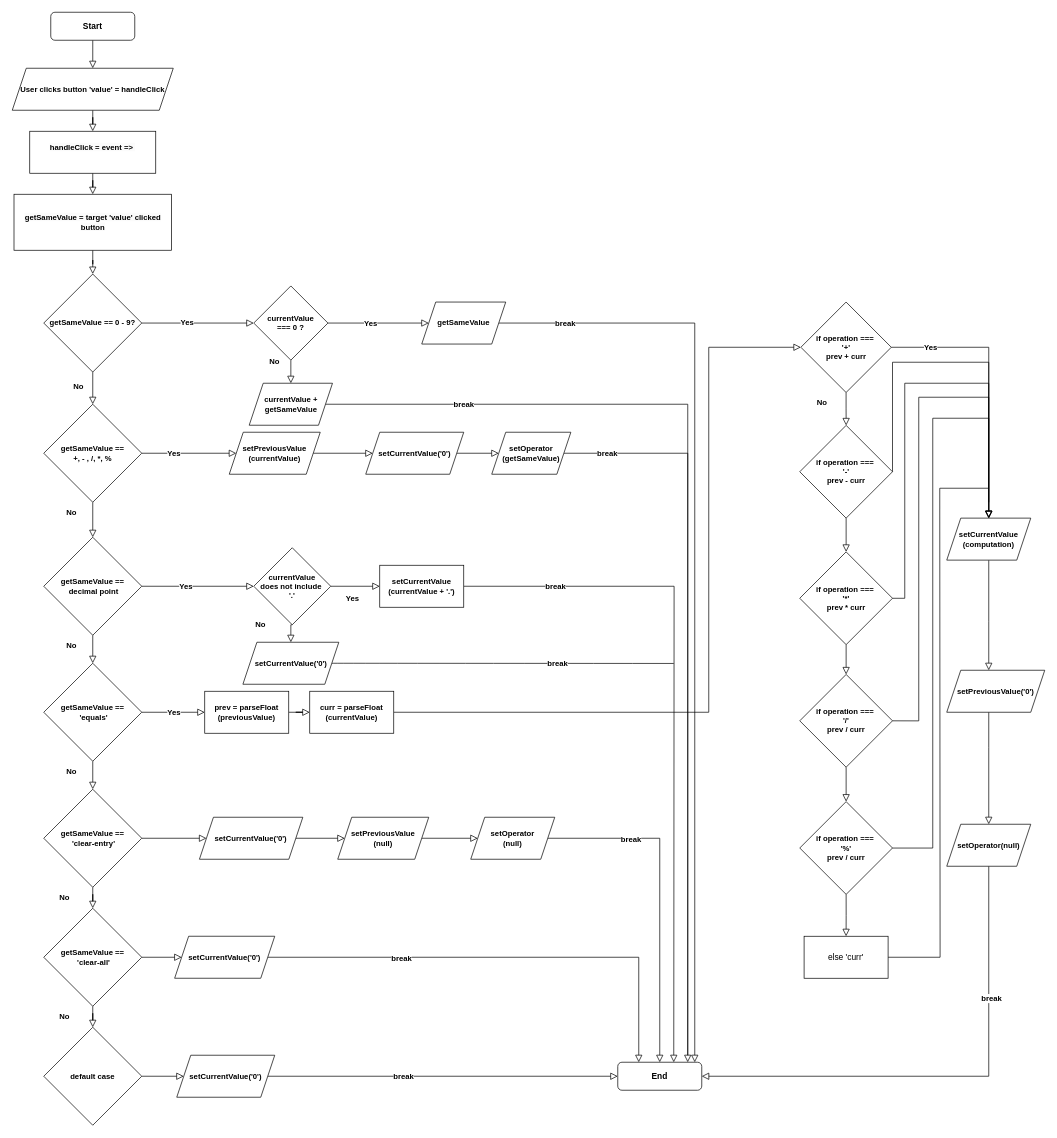
Above: react-calc-logic.drawio in d31a/react-calculator (draw.io), before the change. Source tidied: cells renumbered, new cells numbered last; positions are measured from the earlier drawing's top-left corner, leaving out a move shared by most shapes. Both pictures are drawn from the tidied source at 70%, with x=0, y=0 at pixel (12, 12).
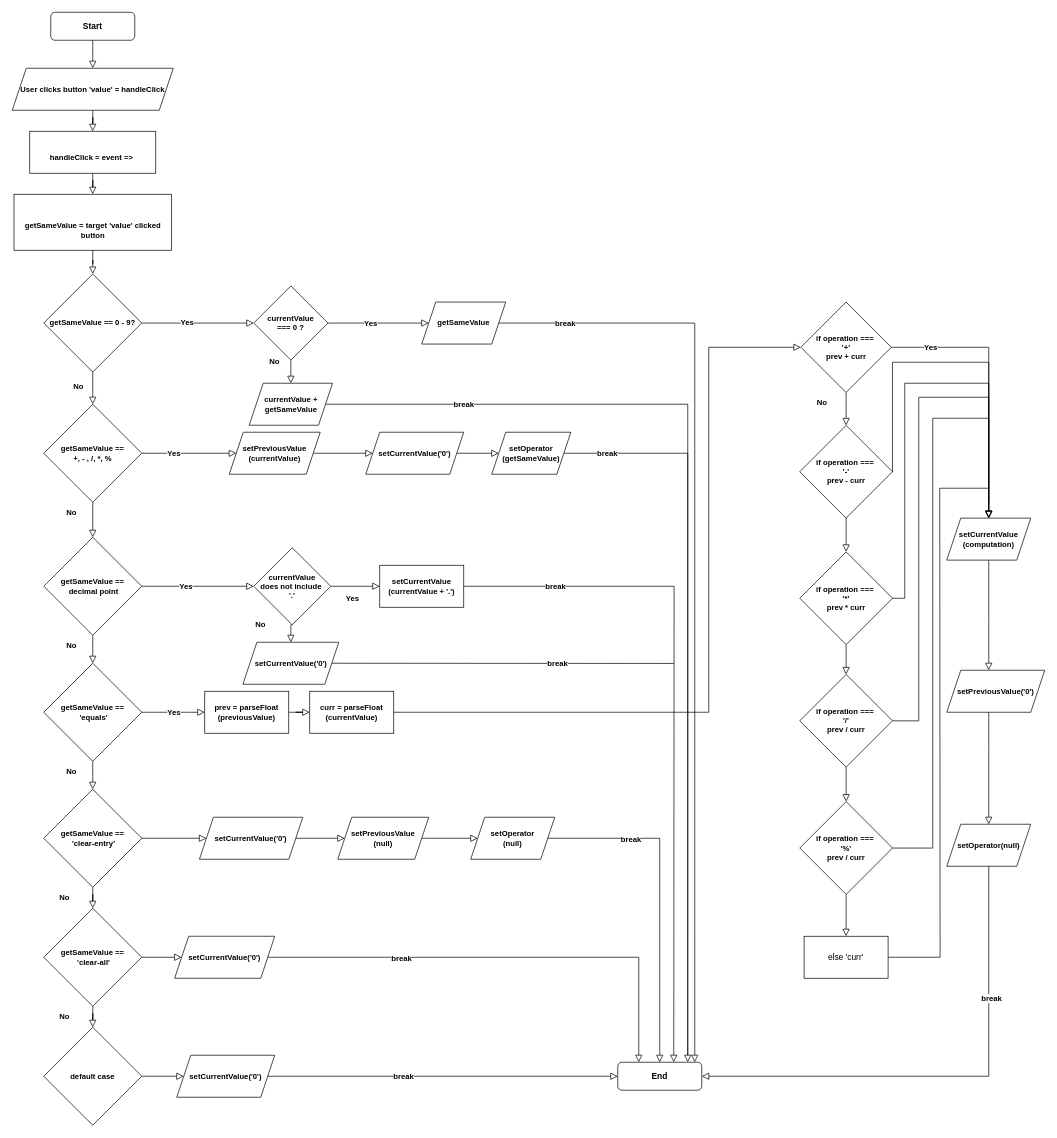
Above is the later version.

The edit, as a diff of the source:
```diff
@@
-    <mxCell id="12" value="&#10;&lt;span style=&quot;color: rgb(0, 0, 0); font-family: Helvetica; font-size: 11px; font-style: normal; font-variant-ligatures: normal; font-variant-caps: normal; letter-spacing: normal; orphans: 2; text-align: center; text-indent: 0px; text-transform: none; widows: 2; word-spacing: 0px; -webkit-text-stroke-width: 0px; background-color: rgb(251, 251, 251); text-decoration-thickness: initial; text-decoration-style: initial; text-decoration-color: initial; float: none; display: inline !important;&quot;&gt;handleClick = event =&amp;gt;&amp;nbsp;&lt;/span&gt;&#10;&#10;" style="rounded=0;whiteSpace=wrap;html=1;fontFamily=Helvetica;fontSize=11;fontColor=default;fontStyle=1;" parent="1" vertex="1">
+    <mxCell id="12" value="&lt;br&gt;handleClick = event =&amp;gt;&amp;nbsp;" style="rounded=0;whiteSpace=wrap;html=1;fontFamily=Helvetica;fontSize=11;fontColor=default;fontStyle=1;" parent="1" vertex="1">
       <mxGeometry x="25" y="170" width="180" height="60" as="geometry" />
     </mxCell>
@@
-    <mxCell id="31" value="&lt;br&gt;&lt;p&gt;&lt;span style=&quot;border-color: var(--border-color); color: rgb(0, 0, 0); font-family: Helvetica; font-size: 11px; font-style: normal; font-variant-ligatures: normal; font-variant-caps: normal; letter-spacing: normal; orphans: 2; text-align: center; text-indent: 0px; text-transform: none; widows: 2; word-spacing: 0px; -webkit-text-stroke-width: 0px; text-decoration-thickness: initial; text-decoration-style: initial; text-decoration-color: initial; background-color: rgb(251, 251, 251); float: none; display: inline !important;&quot;&gt;getSameValue = target 'value' clicked button&lt;/span&gt;&lt;/p&gt;&lt;br&gt;" style="rounded=0;whiteSpace=wrap;html=1;fontFamily=Helvetica;fontSize=11;fontColor=default;fontStyle=1;" parent="1" vertex="1">
+    <mxCell id="31" value="&lt;br&gt;&lt;p&gt;&lt;/p&gt;getSameValue = target 'value' clicked button&lt;br&gt;" style="rounded=0;whiteSpace=wrap;html=1;fontFamily=Helvetica;fontSize=11;fontColor=default;fontStyle=1;" parent="1" vertex="1">
       <mxGeometry x="2.5" y="260" width="225" height="80" as="geometry" />
     </mxCell>
```
